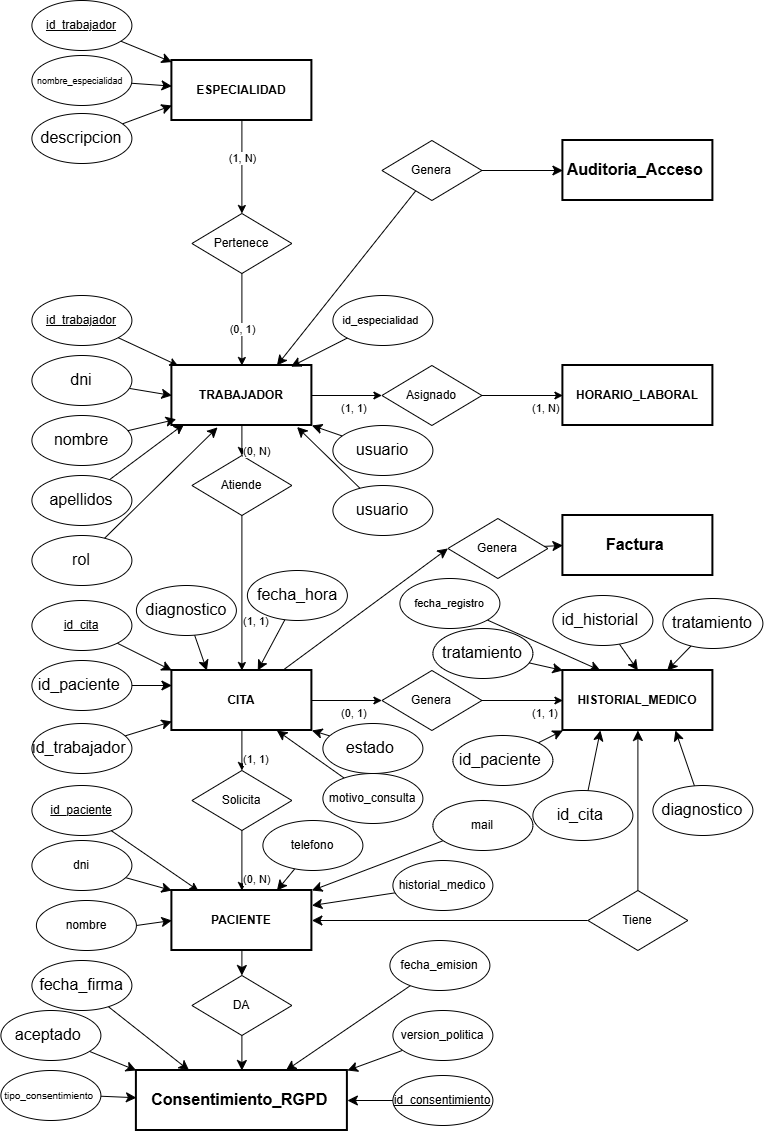
Above: docs/proyect0.drawio.png in pausama3/trabajo_final_grado (draw.io), before the change. Source tidied: cells renumbered, new cells last; positions are measured from the earlier drawing's top-left corner, leaving out a move shared by most shapes.
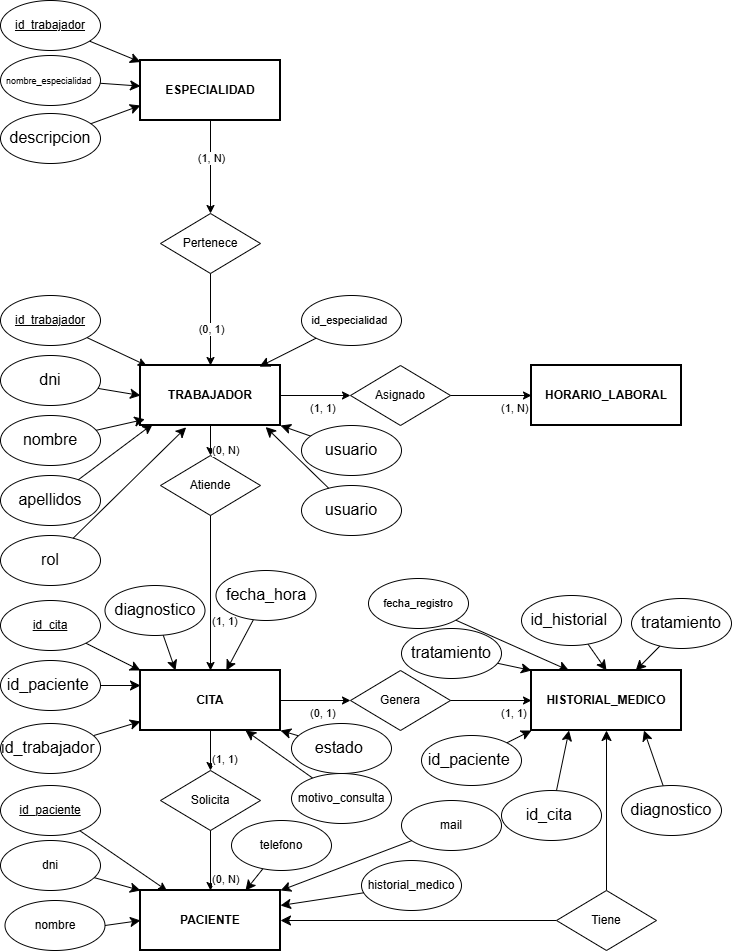
The same diagram one commit later.

Change to the diagram source:
```diff
@@ -2,9 +2,6 @@
   <root>
     <mxCell id="0" />
     <mxCell id="1" parent="0" />
-    <mxCell id="2" style="edgeStyle=none;curved=1;rounded=0;jettySize=auto;html=1;entryX=0.5;entryY=0;entryDx=0;entryDy=0;fontSize=12;startSize=8;endSize=8;" parent="1" edge="1" source="3" target="75">
-      <mxGeometry relative="1" as="geometry" />
-    </mxCell>
     <mxCell id="3" value="PACIENTE" style="whiteSpace=wrap;html=1;fontStyle=1;strokeWidth=2;" parent="1" vertex="1">
       <mxGeometry x="171" y="890" width="140" height="60" as="geometry" />
     </mxCell>
@@ -41,9 +38,6 @@
     <mxCell id="14" value="(0, 1)" style="edgeLabel;html=1;align=center;verticalAlign=middle;" parent="13" vertex="1">
       <mxGeometry x="0.2" relative="1" as="geometry" />
     </mxCell>
-    <mxCell id="15" style="edgeStyle=none;curved=1;rounded=0;jettySize=auto;html=1;entryX=0;entryY=0.5;entryDx=0;entryDy=0;fontSize=12;startSize=8;endSize=8;" parent="1" edge="1" source="16" target="77">
-      <mxGeometry relative="1" as="geometry" />
-    </mxCell>
     <mxCell id="16" value="CITA" style="whiteSpace=wrap;html=1;fontStyle=1;strokeWidth=2;" parent="1" vertex="1">
       <mxGeometry x="171" y="670" width="140" height="60" as="geometry" />
     </mxCell>
@@ -215,24 +209,6 @@
     <mxCell id="72" value="&lt;span style=&quot;font-size:12.0pt;line-height:115%;&lt;br/&gt;font-family:&amp;quot;Aptos&amp;quot;,sans-serif;mso-fareast-font-family:Aptos;mso-bidi-font-family:&lt;br/&gt;Arial;mso-ansi-language:ES;mso-fareast-language:EN-US;mso-bidi-language:AR-SA&quot;&gt;diagnostico&lt;/span&gt;" style="ellipse;whiteSpace=wrap;html=1;" parent="1" vertex="1">
       <mxGeometry x="135.5" y="585" width="100" height="50" as="geometry" />
     </mxCell>
-    <mxCell id="73" value="&lt;span style=&quot;font-size:12.0pt;line-height:115%;&lt;br/&gt;font-family:&amp;quot;Aptos&amp;quot;,sans-serif;mso-fareast-font-family:Aptos;mso-bidi-font-family:&lt;br/&gt;Arial;mso-ansi-language:ES;mso-fareast-language:EN-US;mso-bidi-language:AR-SA&quot;&gt;Consentimiento_RGPD&amp;nbsp;&lt;/span&gt;" style="whiteSpace=wrap;html=1;fontStyle=1;strokeWidth=2;" parent="1" vertex="1">
-      <mxGeometry x="135.5" y="1070" width="211" height="60" as="geometry" />
-    </mxCell>
-    <mxCell id="74" style="edgeStyle=none;curved=1;rounded=0;jettySize=auto;html=1;exitX=0.5;exitY=1;exitDx=0;exitDy=0;entryX=0.5;entryY=0;entryDx=0;entryDy=0;fontSize=12;startSize=8;endSize=8;" parent="1" edge="1" source="75" target="73">
-      <mxGeometry relative="1" as="geometry" />
-    </mxCell>
-    <mxCell id="75" value="DA" style="rhombus;whiteSpace=wrap;html=1;" parent="1" vertex="1">
-      <mxGeometry x="191" y="975" width="100" height="60" as="geometry" />
-    </mxCell>
-    <mxCell id="76" style="edgeStyle=none;curved=1;rounded=0;jettySize=auto;html=1;entryX=0;entryY=0.5;entryDx=0;entryDy=0;fontSize=12;startSize=8;endSize=8;" parent="1" edge="1" source="77" target="78">
-      <mxGeometry relative="1" as="geometry" />
-    </mxCell>
-    <mxCell id="77" value="Genera" style="rhombus;whiteSpace=wrap;html=1;" parent="1" vertex="1">
-      <mxGeometry x="447" y="518" width="100" height="60" as="geometry" />
-    </mxCell>
-    <mxCell id="78" value="&lt;span style=&quot;font-size:12.0pt;line-height:115%;&lt;br/&gt;font-family:&amp;quot;Aptos&amp;quot;,sans-serif;mso-fareast-font-family:Aptos;mso-bidi-font-family:&lt;br/&gt;Arial;mso-ansi-language:ES;mso-fareast-language:EN-US;mso-bidi-language:AR-SA&quot;&gt;Factura&amp;nbsp;&lt;/span&gt;" style="whiteSpace=wrap;html=1;fontStyle=1;strokeWidth=2;" parent="1" vertex="1">
-      <mxGeometry x="562" y="515" width="150" height="60" as="geometry" />
-    </mxCell>
     <mxCell id="79" style="edgeStyle=none;curved=1;rounded=0;jettySize=auto;html=1;entryX=1;entryY=0.5;entryDx=0;entryDy=0;fontSize=12;startSize=8;endSize=8;" parent="1" edge="1" source="81" target="3">
       <mxGeometry relative="1" as="geometry" />
     </mxCell>
@@ -242,54 +218,6 @@
     <mxCell id="81" value="Tiene" style="rhombus;whiteSpace=wrap;html=1;" parent="1" vertex="1">
       <mxGeometry x="587" y="890" width="100" height="60" as="geometry" />
     </mxCell>
-    <mxCell id="82" value="&lt;span style=&quot;font-size:12.0pt;line-height:115%;&lt;br/&gt;font-family:&amp;quot;Aptos&amp;quot;,sans-serif;mso-fareast-font-family:Aptos;mso-bidi-font-family:&lt;br/&gt;Arial;mso-ansi-language:ES;mso-fareast-language:EN-US;mso-bidi-language:AR-SA&quot;&gt;Auditoria_Acceso&amp;nbsp;&lt;/span&gt;" style="whiteSpace=wrap;html=1;fontStyle=1;strokeWidth=2;" parent="1" vertex="1">
-      <mxGeometry x="562" y="140" width="150" height="60" as="geometry" />
-    </mxCell>
-    <mxCell id="83" style="edgeStyle=none;curved=1;rounded=0;jettySize=auto;html=1;entryX=0;entryY=0.5;entryDx=0;entryDy=0;fontSize=12;startSize=8;endSize=8;" parent="1" edge="1" source="85" target="82">
-      <mxGeometry relative="1" as="geometry" />
-    </mxCell>
-    <mxCell id="84" style="edgeStyle=none;curved=1;rounded=0;jettySize=auto;html=1;fontSize=12;startSize=8;endSize=8;entryX=0.75;entryY=0;entryDx=0;entryDy=0;" parent="1" edge="1" source="85" target="6">
-      <mxGeometry relative="1" as="geometry" />
-    </mxCell>
-    <mxCell id="85" value="Genera" style="rhombus;whiteSpace=wrap;html=1;" parent="1" vertex="1">
-      <mxGeometry x="381" y="140" width="100" height="60" as="geometry" />
-    </mxCell>
-    <mxCell id="86" style="edgeStyle=none;curved=1;rounded=0;jettySize=auto;html=1;entryX=1;entryY=0.5;entryDx=0;entryDy=0;fontSize=12;startSize=8;endSize=8;" parent="1" edge="1" source="87" target="73">
-      <mxGeometry relative="1" as="geometry" />
-    </mxCell>
-    <mxCell id="87" value="&lt;u&gt;id_consentimiento&lt;/u&gt;" style="ellipse;whiteSpace=wrap;html=1;" parent="1" vertex="1">
-      <mxGeometry x="392" y="1075" width="100" height="50" as="geometry" />
-    </mxCell>
-    <mxCell id="88" style="edgeStyle=none;curved=1;rounded=0;jettySize=auto;html=1;fontSize=12;startSize=8;endSize=8;" parent="1" edge="1" source="89" target="73">
-      <mxGeometry relative="1" as="geometry" />
-    </mxCell>
-    <mxCell id="89" value="&lt;span style=&quot;line-height: 115%;&quot;&gt;&lt;font&gt;fecha_emision&lt;/font&gt;&lt;/span&gt;" style="ellipse;whiteSpace=wrap;html=1;" parent="1" vertex="1">
-      <mxGeometry x="389" y="940" width="100" height="50" as="geometry" />
-    </mxCell>
-    <mxCell id="90" style="edgeStyle=none;curved=1;rounded=0;jettySize=auto;html=1;entryX=1;entryY=0;entryDx=0;entryDy=0;fontSize=12;startSize=8;endSize=8;" parent="1" edge="1" source="91" target="73">
-      <mxGeometry relative="1" as="geometry" />
-    </mxCell>
-    <mxCell id="91" value="&lt;span style=&quot;line-height: 115%; font-family: Aptos, sans-serif;&quot;&gt;&lt;font&gt;version_politica&lt;/font&gt;&lt;/span&gt;" style="ellipse;whiteSpace=wrap;html=1;" parent="1" vertex="1">
-      <mxGeometry x="392" y="1010" width="100" height="50" as="geometry" />
-    </mxCell>
-    <mxCell id="92" style="edgeStyle=none;curved=1;rounded=0;jettySize=auto;html=1;entryX=0;entryY=0;entryDx=0;entryDy=0;fontSize=12;startSize=8;endSize=8;" parent="1" edge="1" source="93" target="73">
-      <mxGeometry relative="1" as="geometry" />
-    </mxCell>
-    <mxCell id="93" value="&lt;span style=&quot;font-size:12.0pt;line-height:115%;&lt;br/&gt;font-family:&amp;quot;Aptos&amp;quot;,sans-serif;mso-fareast-font-family:Aptos;mso-bidi-font-family:&lt;br/&gt;Arial;mso-ansi-language:ES;mso-fareast-language:EN-US;mso-bidi-language:AR-SA&quot;&gt;aceptado&amp;nbsp;&lt;/span&gt;" style="ellipse;whiteSpace=wrap;html=1;" parent="1" vertex="1">
-      <mxGeometry y="1010" width="100" height="50" as="geometry" />
-    </mxCell>
-    <mxCell id="94" style="edgeStyle=none;curved=1;rounded=0;jettySize=auto;html=1;fontSize=12;startSize=8;endSize=8;" parent="1" edge="1" source="95" target="73">
-      <mxGeometry relative="1" as="geometry" />
-    </mxCell>
-    <mxCell id="95" value="&lt;span style=&quot;line-height: 115%; font-family: Aptos, sans-serif;&quot;&gt;&lt;font style=&quot;font-size: 10px;&quot;&gt;tipo_consentimiento&amp;nbsp;&lt;/font&gt;&lt;/span&gt;" style="ellipse;whiteSpace=wrap;html=1;" parent="1" vertex="1">
-      <mxGeometry y="1070" width="100" height="50" as="geometry" />
-    </mxCell>
-    <mxCell id="96" style="edgeStyle=none;curved=1;rounded=0;jettySize=auto;html=1;entryX=0.25;entryY=0;entryDx=0;entryDy=0;fontSize=12;startSize=8;endSize=8;" parent="1" edge="1" source="97" target="73">
-      <mxGeometry relative="1" as="geometry" />
-    </mxCell>
-    <mxCell id="97" value="&lt;span style=&quot;font-size:12.0pt;line-height:115%;&lt;br/&gt;font-family:&amp;quot;Aptos&amp;quot;,sans-serif;mso-fareast-font-family:Aptos;mso-bidi-font-family:&lt;br/&gt;Arial;mso-ansi-language:ES;mso-fareast-language:EN-US;mso-bidi-language:AR-SA&quot;&gt;fecha_firma&lt;/span&gt;" style="ellipse;whiteSpace=wrap;html=1;" parent="1" vertex="1">
-      <mxGeometry x="31" y="960" width="100" height="50" as="geometry" />
-    </mxCell>
     <mxCell id="98" style="edgeStyle=none;curved=1;rounded=0;jettySize=auto;html=1;entryX=0;entryY=0;entryDx=0;entryDy=0;fontSize=12;startSize=8;endSize=8;" parent="1" edge="1" source="99" target="3">
       <mxGeometry relative="1" as="geometry" />
     </mxCell>
```
